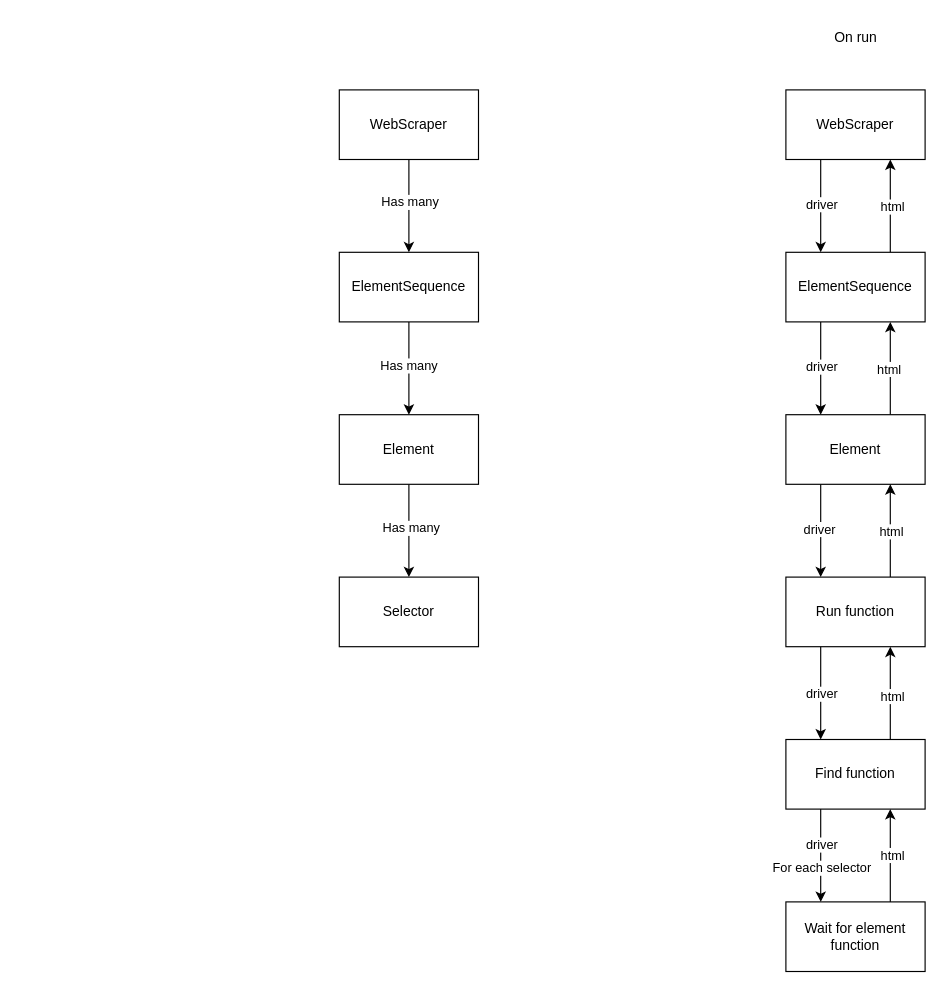
The draw.io diagram Diagram.drawio in Mortbros/generalised-web-scraper, before the edit. Source tidied: cells renumbered, new cells numbered last; positions are measured from the earlier drawing's top-left corner, leaving out a move shared by most shapes. Both pictures are drawn from the tidied source at 116%, with x=0, y=0 at pixel (339, 20).
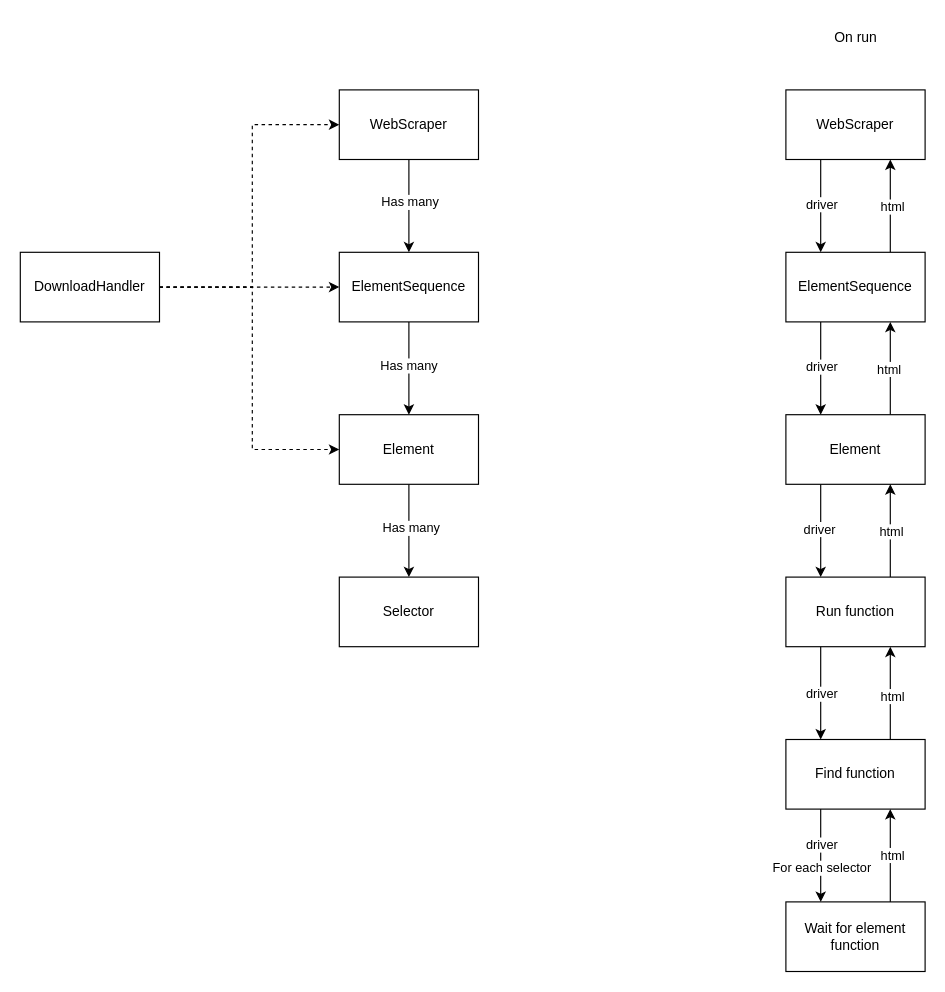
The same page after the edit.

The change refers to these unchanged cells:
```xml
<mxCell id="4" value="WebScraper" style="rounded=0;whiteSpace=wrap;html=1;" parent="1" vertex="1">
  <mxGeometry y="60" width="120" height="60" as="geometry" />
</mxCell>
<mxCell id="7" value="ElementSequence" style="rounded=0;whiteSpace=wrap;html=1;" parent="1" vertex="1">
  <mxGeometry y="200" width="120" height="60" as="geometry" />
</mxCell>
<mxCell id="10" value="Element" style="rounded=0;whiteSpace=wrap;html=1;" parent="1" vertex="1">
  <mxGeometry y="340" width="120" height="60" as="geometry" />
</mxCell>
```

The edit, as a diff of the source:
```diff
@@
+    <mxCell id="40" style="edgeStyle=orthogonalEdgeStyle;rounded=0;jettySize=auto;html=1;entryX=0;entryY=0.5;entryDx=0;entryDy=0;dashed=1;" parent="1" edge="1" source="43" target="4">
+      <mxGeometry relative="1" as="geometry">
+        <Array as="points">
+          <mxPoint x="-75" y="230" />
+          <mxPoint x="-75" y="90" />
+        </Array>
+      </mxGeometry>
+    </mxCell>
+    <mxCell id="41" style="edgeStyle=orthogonalEdgeStyle;rounded=0;jettySize=auto;html=1;dashed=1;" parent="1" edge="1" source="43" target="7">
+      <mxGeometry relative="1" as="geometry" />
+    </mxCell>
+    <mxCell id="42" style="edgeStyle=orthogonalEdgeStyle;rounded=0;jettySize=auto;html=1;dashed=1;" parent="1" edge="1" source="43" target="10">
+      <mxGeometry relative="1" as="geometry">
+        <Array as="points">
+          <mxPoint x="-75" y="230" />
+          <mxPoint x="-75" y="370" />
+        </Array>
+      </mxGeometry>
+    </mxCell>
+    <mxCell id="43" value="DownloadHandler" style="rounded=0;whiteSpace=wrap;html=1;" parent="1" vertex="1">
+      <mxGeometry x="-275" y="200" width="120" height="60" as="geometry" />
+    </mxCell>
```
